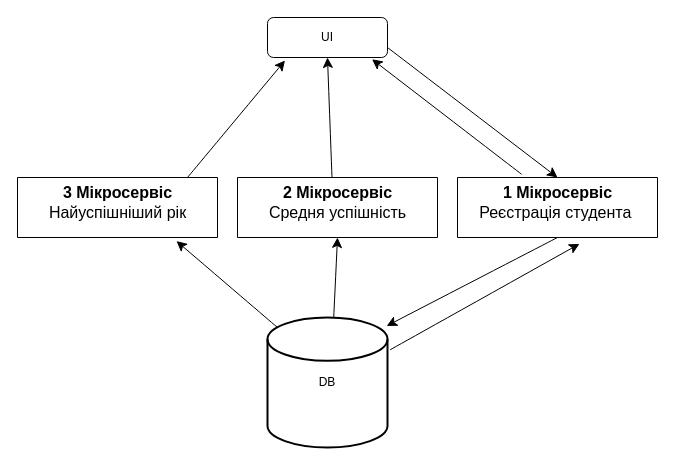
Before: Диаграмма без названия.drawio in TeamWim/Diplom, a draw.io diagram. Source tidied: cells renumbered, new cells numbered last; positions are measured from the earlier drawing's top-left corner, leaving out a move shared by most shapes. Both pictures are drawn from the tidied source at 100%, with x=0, y=0 at pixel (17, 17).
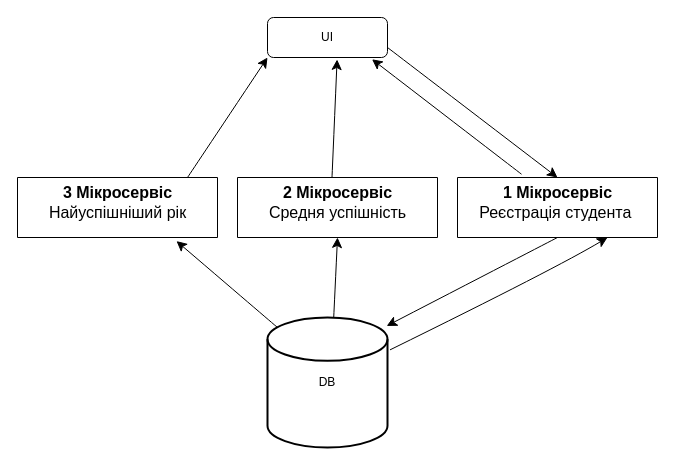
After the change.

The change refers to these unchanged cells:
```xml
<mxCell id="2" value="UI" style="rounded=1;whiteSpace=wrap;html=1;fontSize=12;glass=0;strokeWidth=1;shadow=0;" parent="1" vertex="1">
  <mxGeometry x="250" width="120" height="40" as="geometry" />
</mxCell>
<mxCell id="3" value="DB" style="strokeWidth=2;html=1;shape=mxgraph.flowchart.database;whiteSpace=wrap;" parent="1" vertex="1">
  <mxGeometry x="250" y="300" width="120" height="130" as="geometry" />
</mxCell>
<mxCell id="5" style="swimlane;startSize=0;fontSize=16;" parent="1" vertex="1">
  <mxGeometry x="440" y="160" width="200" height="60" as="geometry" />
</mxCell>
```

What changed in the source:
```diff
@@
-    <mxCell id="13" style="endArrow=classic;html=1;rounded=0;fontSize=12;startSize=8;endSize=8;curved=1;exitX=1.021;exitY=0.249;exitDx=0;exitDy=0;exitPerimeter=0;entryX=0.61;entryY=1.106;entryDx=0;entryDy=0;entryPerimeter=0;" parent="1" edge="1" source="3" target="5">
-      <mxGeometry relative="1" as="geometry" />
+    <mxCell id="13" style="endArrow=classic;html=1;rounded=0;fontSize=12;startSize=8;endSize=8;curved=1;exitX=1.021;exitY=0.249;exitDx=0;exitDy=0;exitPerimeter=0;entryX=0.75;entryY=1;entryDx=0;entryDy=0;" parent="1" edge="1" source="3" target="5">
+      <mxGeometry relative="1" as="geometry">
+        <Array as="points">
+          <mxPoint x="540" y="250" />
+        </Array>
+      </mxGeometry>
     </mxCell>
@@
-    <mxCell id="17" style="endArrow=classic;html=1;rounded=0;fontSize=12;startSize=8;endSize=8;curved=1;entryX=0.146;entryY=1.075;entryDx=0;entryDy=0;entryPerimeter=0;" parent="1" edge="1" target="2">
+    <mxCell id="17" style="endArrow=classic;html=1;rounded=0;fontSize=12;startSize=8;endSize=8;curved=1;entryX=0;entryY=1;entryDx=0;entryDy=0;" parent="1" edge="1" target="2">
       <mxGeometry relative="1" as="geometry">
         <mxPoint x="170" y="160" as="sourcePoint" />
       </mxGeometry>
     </mxCell>
@@
-    <mxCell id="19" style="endArrow=classic;html=1;rounded=0;fontSize=12;startSize=8;endSize=8;curved=1;entryX=0.5;entryY=1;entryDx=0;entryDy=0;" parent="1" edge="1" target="2">
+    <mxCell id="19" style="endArrow=classic;html=1;rounded=0;fontSize=12;startSize=8;endSize=8;curved=1;entryX=0.58;entryY=1.05;entryDx=0;entryDy=0;entryPerimeter=0;" parent="1" edge="1" target="2">
       <mxGeometry relative="1" as="geometry">
         <mxPoint x="314.5" y="160" as="sourcePoint" />
       </mxGeometry>
     </mxCell>
```
